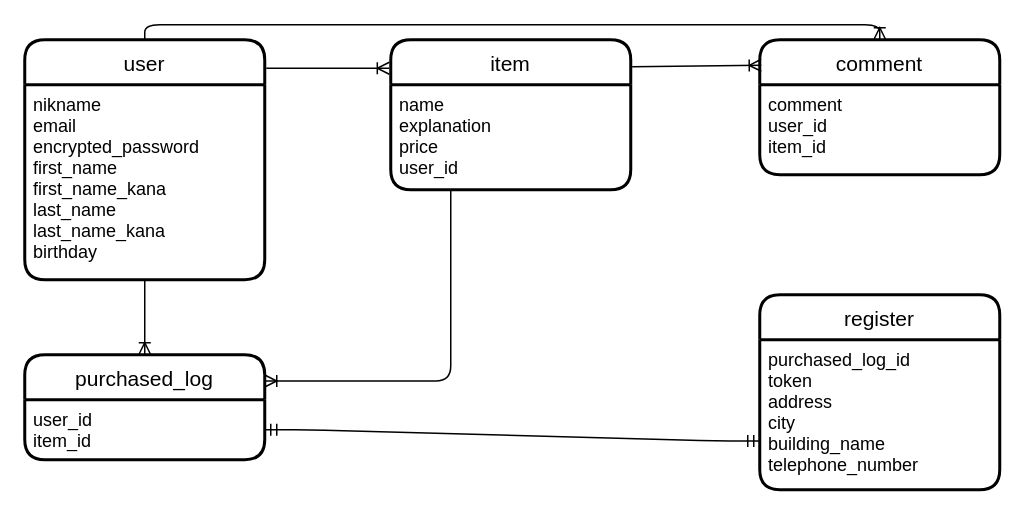
The draw.io diagram furima.dio in hidekazuyamamoto/furima-36384, before the edit. Source tidied: cells renumbered, new cells numbered last; positions are measured from the earlier drawing's top-left corner, leaving out a move shared by most shapes. Both pictures are drawn from the tidied source at 150%, with x=0, y=0 at pixel (24, 39).
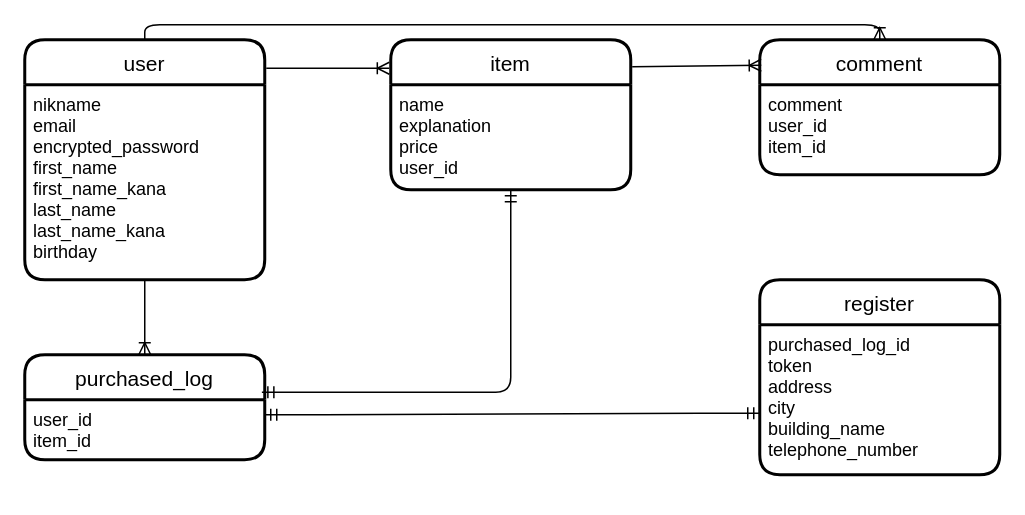
After the change.

Commit message (it also covers changes not shown here):
データベース設計修正（8/4 14:55）

The edit, as a diff of the source:
```diff
@@
 <mxGraphModel>
   <root>
     <mxCell id="0" />
     <mxCell id="1" parent="0" />
     <mxCell id="2" value="user" style="swimlane;horizontal=1;startSize=30;rounded=1;fontSize=14;fontStyle=0;strokeWidth=2;shadow=0;dashed=0;align=center;" parent="1" vertex="1">
       <mxGeometry width="160" height="160" as="geometry" />
     </mxCell>
     <mxCell id="3" value="nikname&#10;email&#10;encrypted_password&#10;first_name&#10;first_name_kana&#10;last_name&#10;last_name_kana&#10;birthday" style="align=left;strokeColor=none;fillColor=none;spacingLeft=4;fontSize=12;verticalAlign=top;" parent="2" vertex="1">
       <mxGeometry y="30" width="160" height="130" as="geometry" />
     </mxCell>
     <mxCell id="4" value="item" style="swimlane;horizontal=1;startSize=30;rounded=1;fontSize=14;fontStyle=0;strokeWidth=2;shadow=0;dashed=0;align=center;" parent="1" vertex="1">
       <mxGeometry x="244" width="160" height="100" as="geometry" />
     </mxCell>
     <mxCell id="5" value="name&#10;explanation&#10;price&#10;user_id" style="align=left;strokeColor=none;fillColor=none;spacingLeft=4;fontSize=12;verticalAlign=top;" parent="4" vertex="1">
       <mxGeometry y="30" width="160" height="70" as="geometry" />
     </mxCell>
     <mxCell id="6" value="comment" style="swimlane;horizontal=1;startSize=30;rounded=1;fontSize=14;fontStyle=0;strokeWidth=2;shadow=0;dashed=0;align=center;" parent="1" vertex="1">
       <mxGeometry x="490" width="160" height="90" as="geometry" />
     </mxCell>
     <mxCell id="7" value="comment&#10;user_id&#10;item_id" style="align=left;strokeColor=none;fillColor=none;spacingLeft=4;fontSize=12;verticalAlign=top;" parent="6" vertex="1">
       <mxGeometry y="30" width="160" height="60" as="geometry" />
     </mxCell>
     <mxCell id="8" value="purchased_log" style="swimlane;horizontal=1;startSize=30;rounded=1;fontSize=14;fontStyle=0;strokeWidth=2;shadow=0;dashed=0;align=center;" parent="1" vertex="1">
       <mxGeometry y="210" width="160" height="70" as="geometry" />
     </mxCell>
     <mxCell id="9" value="user_id&#10;item_id" style="align=left;strokeColor=none;fillColor=none;spacingLeft=4;fontSize=12;verticalAlign=top;" parent="8" vertex="1">
       <mxGeometry y="30" width="160" height="40" as="geometry" />
     </mxCell>
     <mxCell id="10" value="register" style="swimlane;horizontal=1;startSize=30;rounded=1;fontSize=14;fontStyle=0;strokeWidth=2;shadow=0;dashed=0;align=center;" parent="1" vertex="1">
-      <mxGeometry x="490" y="170" width="160" height="130" as="geometry" />
+      <mxGeometry x="490" y="160" width="160" height="130" as="geometry" />
     </mxCell>
     <mxCell id="11" value="purchased_log_id&#10;token&#10;address&#10;city&#10;building_name&#10;telephone_number" style="align=left;strokeColor=none;fillColor=none;spacingLeft=4;fontSize=12;verticalAlign=top;" parent="10" vertex="1">
       <mxGeometry y="30" width="160" height="100" as="geometry" />
     </mxCell>
     <mxCell id="12" style="edgeStyle=entityRelationEdgeStyle;fontSize=12;html=1;endArrow=ERoneToMany;entryX=-0.006;entryY=0.19;entryDx=0;entryDy=0;entryPerimeter=0;" parent="1" edge="1" target="4">
       <mxGeometry relative="1" as="geometry">
         <mxPoint x="161" y="19" as="sourcePoint" />
       </mxGeometry>
     </mxCell>
     <mxCell id="13" style="fontSize=12;html=1;endArrow=ERoneToMany;exitX=1.006;exitY=0.18;exitDx=0;exitDy=0;exitPerimeter=0;" parent="1" edge="1" source="4">
       <mxGeometry relative="1" as="geometry">
         <mxPoint x="491" y="17" as="targetPoint" />
       </mxGeometry>
     </mxCell>
     <mxCell id="14" style="edgeStyle=orthogonalEdgeStyle;fontSize=12;html=1;endArrow=ERoneToMany;exitX=0.5;exitY=0;exitDx=0;exitDy=0;entryX=0.5;entryY=0;entryDx=0;entryDy=0;" parent="1" edge="1" source="2" target="6">
       <mxGeometry relative="1" as="geometry" />
     </mxCell>
     <mxCell id="15" style="fontSize=12;html=1;endArrow=ERoneToMany;exitX=0.5;exitY=1;exitDx=0;exitDy=0;entryX=0.5;entryY=0;entryDx=0;entryDy=0;" parent="1" edge="1" source="3" target="8">
       <mxGeometry relative="1" as="geometry" />
     </mxCell>
-    <mxCell id="16" style="fontSize=12;html=1;endArrow=ERoneToMany;exitX=0.25;exitY=1;exitDx=0;exitDy=0;entryX=1;entryY=0.25;entryDx=0;entryDy=0;edgeStyle=orthogonalEdgeStyle;" parent="1" edge="1" source="5" target="8">
-      <mxGeometry relative="1" as="geometry" />
-    </mxCell>
-    <mxCell id="17" style="edgeStyle=entityRelationEdgeStyle;fontSize=12;html=1;endArrow=ERmandOne;startArrow=ERmandOne;exitX=1;exitY=0.5;exitDx=0;exitDy=0;entryX=0;entryY=0.75;entryDx=0;entryDy=0;" parent="1" edge="1" source="9" target="10">
-      <mxGeometry relative="1" as="geometry" />
-    </mxCell>
+    <mxCell id="18" style="edgeStyle=orthogonalEdgeStyle;fontSize=12;html=1;endArrow=ERmandOne;startArrow=ERmandOne;exitX=0.988;exitY=0.357;exitDx=0;exitDy=0;exitPerimeter=0;entryX=0.5;entryY=1;entryDx=0;entryDy=0;" parent="1" edge="1" source="8" target="5">
+      <mxGeometry relative="1" as="geometry" />
+    </mxCell>
+    <mxCell id="19" style="edgeStyle=entityRelationEdgeStyle;fontSize=12;html=1;endArrow=ERmandOne;startArrow=ERmandOne;exitX=1;exitY=0.25;exitDx=0;exitDy=0;entryX=0;entryY=0.59;entryDx=0;entryDy=0;entryPerimeter=0;" parent="1" edge="1" source="9" target="11">
+      <mxGeometry relative="1" as="geometry" />
+    </mxCell>
   </root>
 </mxGraphModel>
```
